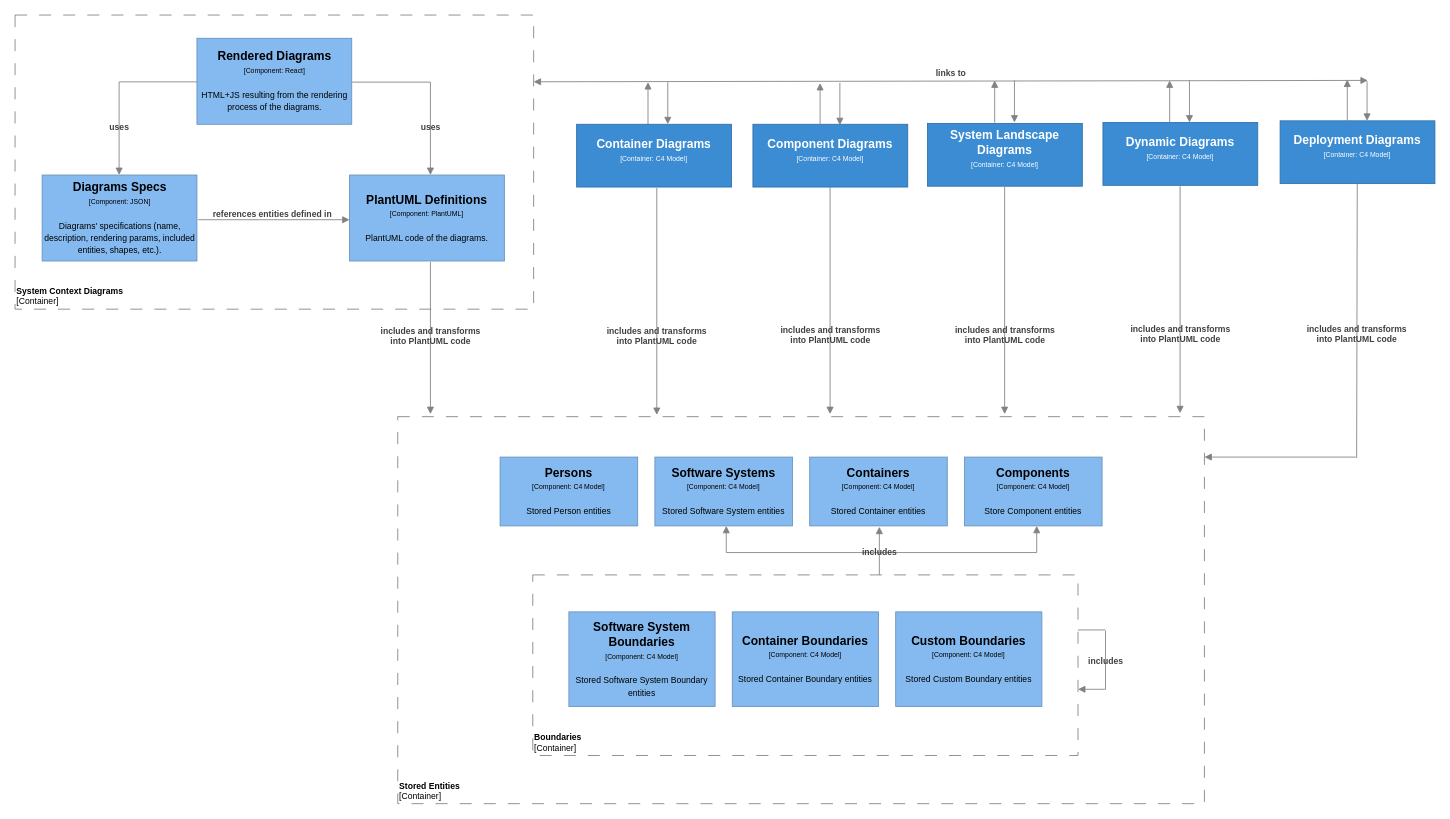
This is page "ER" (2 of 4) of apps/keadex-docs/diagrams/keadex-mina.drawio from keadex/keadex, a draw.io file, before an edit. Source tidied: cells renumbered, new cells numbered last; positions are measured from the earlier drawing's top-left corner, leaving out a move shared by most shapes. Both pictures are drawn from the tidied source at 86%, with x=0, y=0 at pixel (15, 15).
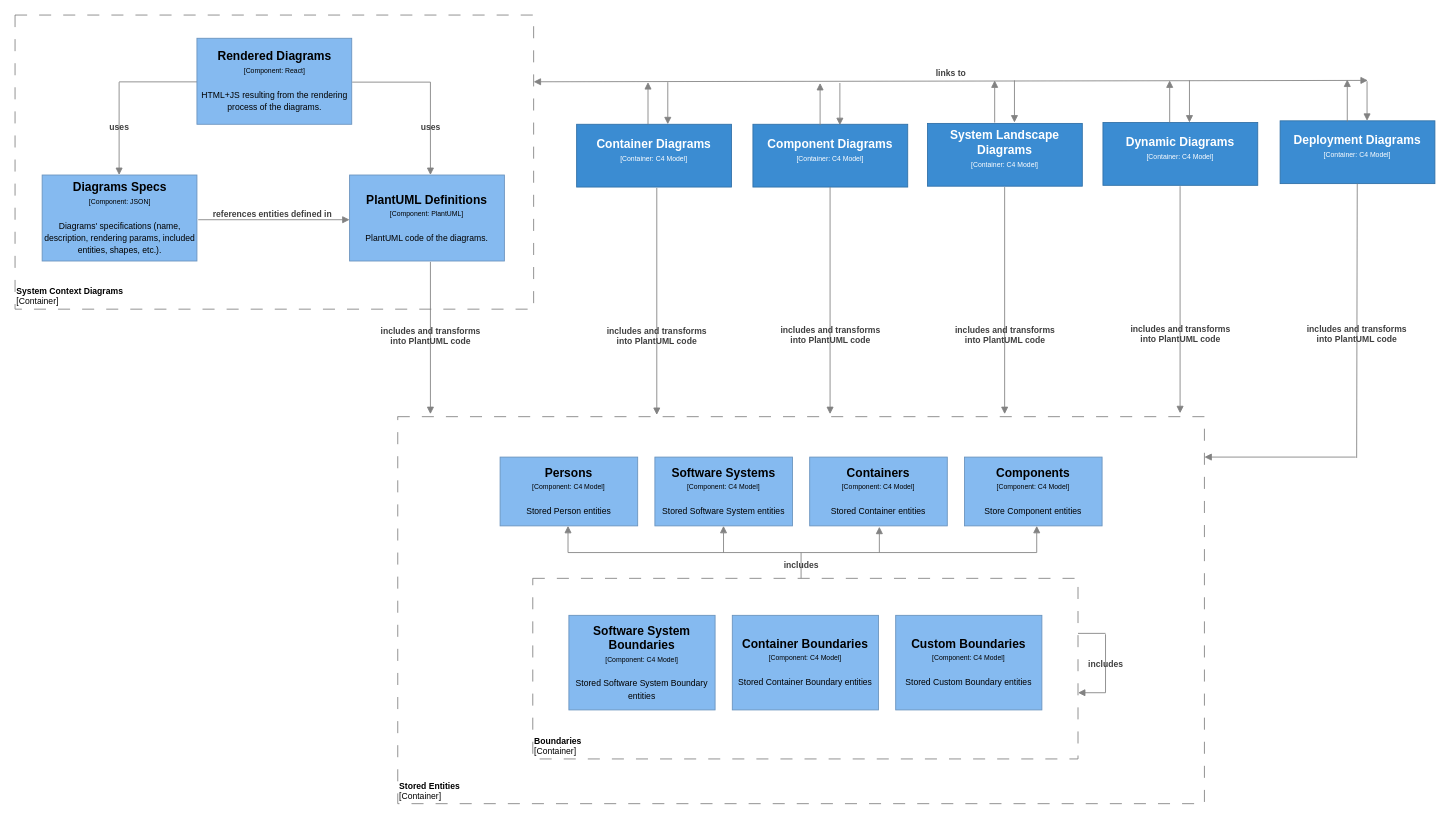
The same page after the edit.

The edit, as a diff of the source:
```diff
@@
     <object id="7" label="&lt;font style=&quot;font-size: 10px&quot;&gt;&lt;b&gt;%name%&lt;/b&gt;&lt;br style=&quot;font-size: 10px&quot;&gt;[Container]&lt;/font&gt;" name="Boundaries" placeholders="1">
       <mxCell style="rounded=0;whiteSpace=wrap;html=1;strokeColor=#828282;fillColor=none;fontColor=#000000;align=left;labelPosition=center;verticalLabelPosition=middle;verticalAlign=bottom;dashed=1;strokeWidth=1;perimeterSpacing=0;spacing=2;spacingTop=0;fontSize=10;dashPattern=14 14;" parent="1" vertex="1">
-        <mxGeometry x="602" y="651" width="634" height="210" as="geometry" />
+        <mxGeometry x="602" y="655" width="634" height="210" as="geometry" />
       </mxCell>
     </object>
     <object id="8" label="&lt;div&gt;&lt;span style=&quot;font-size: 14px&quot;&gt;&lt;b&gt;%name%&lt;/b&gt;&lt;/span&gt;&lt;/div&gt;&lt;div&gt;&lt;span style=&quot;font-size: 8px&quot;&gt;[Component: %technology%]&lt;/span&gt;&lt;/div&gt;&lt;div&gt;&lt;span style=&quot;font-size: 8px&quot;&gt;&lt;br&gt;&lt;/span&gt;&lt;/div&gt;&lt;div&gt;&lt;font size=&quot;1&quot;&gt;%description%&lt;/font&gt;&lt;/div&gt;" description="Stored Software System Boundary entities" name="Software System Boundaries" placeholders="1" technology="C4 Model">
       <mxCell style="rounded=0;whiteSpace=wrap;html=1;fillColor=#85baf0;fontColor=#000000;strokeColor=#6992BD;" parent="1" vertex="1">
-        <mxGeometry x="644" y="694" width="170" height="110" as="geometry" />
+        <mxGeometry x="644" y="698" width="170" height="110" as="geometry" />
       </mxCell>
     </object>
     <object id="9" label="&lt;div&gt;&lt;span style=&quot;font-size: 14px&quot;&gt;&lt;b&gt;%name%&lt;/b&gt;&lt;/span&gt;&lt;/div&gt;&lt;div&gt;&lt;span style=&quot;font-size: 8px&quot;&gt;[Component: %technology%]&lt;/span&gt;&lt;/div&gt;&lt;div&gt;&lt;span style=&quot;font-size: 8px&quot;&gt;&lt;br&gt;&lt;/span&gt;&lt;/div&gt;&lt;div&gt;&lt;font size=&quot;1&quot;&gt;%description%&lt;/font&gt;&lt;/div&gt;" description="Stored Container Boundary entities" name="Container Boundaries" placeholders="1" technology="C4 Model">
       <mxCell style="rounded=0;whiteSpace=wrap;html=1;fillColor=#85baf0;fontColor=#000000;strokeColor=#6992BD;" parent="1" vertex="1">
-        <mxGeometry x="834" y="694" width="170" height="110" as="geometry" />
+        <mxGeometry x="834" y="698" width="170" height="110" as="geometry" />
       </mxCell>
     </object>
     <object id="10" label="&lt;div&gt;&lt;span style=&quot;font-size: 14px&quot;&gt;&lt;b&gt;%name%&lt;/b&gt;&lt;/span&gt;&lt;/div&gt;&lt;div&gt;&lt;span style=&quot;font-size: 8px&quot;&gt;[Component: %technology%]&lt;/span&gt;&lt;/div&gt;&lt;div&gt;&lt;span style=&quot;font-size: 8px&quot;&gt;&lt;br&gt;&lt;/span&gt;&lt;/div&gt;&lt;div&gt;&lt;font size=&quot;1&quot;&gt;%description%&lt;/font&gt;&lt;/div&gt;" description="Stored Custom Boundary entities" name="Custom Boundaries" placeholders="1" technology="C4 Model">
       <mxCell style="rounded=0;whiteSpace=wrap;html=1;fillColor=#85baf0;fontColor=#000000;strokeColor=#6992BD;" parent="1" vertex="1">
-        <mxGeometry x="1024" y="694" width="170" height="110" as="geometry" />
+        <mxGeometry x="1024" y="698" width="170" height="110" as="geometry" />
       </mxCell>
     </object>
     <mxCell id="11" value="&lt;span style=&quot;font-size: 10px&quot;&gt;&lt;br&gt;&lt;/span&gt;" style="endArrow=none;html=1;fontSize=10;fontColor=#404040;strokeWidth=1;endFill=0;strokeColor=#828282;elbow=vertical;labelBackgroundColor=none;" parent="1" edge="1">
       <mxGeometry relative="1" as="geometry">
-        <mxPoint x="1236" y="715" as="sourcePoint" />
-        <mxPoint x="1268" y="715" as="targetPoint" />
+        <mxPoint x="1236" y="719" as="sourcePoint" />
+        <mxPoint x="1268" y="719" as="targetPoint" />
       </mxGeometry>
     </mxCell>
     <mxCell id="12" value="&lt;span style=&quot;font-size: 10px&quot;&gt;&lt;br&gt;&lt;/span&gt;" style="endArrow=block;html=1;fontSize=10;fontColor=#404040;strokeWidth=1;endFill=1;strokeColor=#828282;elbow=vertical;labelBackgroundColor=none;" parent="1" edge="1">
       <mxGeometry x="-0.03" relative="1" as="geometry">
-        <mxPoint x="1268" y="784" as="sourcePoint" />
-        <mxPoint x="1236" y="784" as="targetPoint" />
+        <mxPoint x="1268" y="788" as="sourcePoint" />
+        <mxPoint x="1236" y="788" as="targetPoint" />
       </mxGeometry>
     </mxCell>
     <object id="13" label="&lt;span style=&quot;font-size: 10px&quot;&gt;&lt;b&gt;%name%&lt;/b&gt;&lt;br&gt;&lt;/span&gt;" name="includes" placeholders="1">
       <mxCell style="endArrow=none;html=1;fontSize=10;fontColor=#404040;strokeWidth=1;endFill=0;strokeColor=#828282;elbow=vertical;labelBackgroundColor=none;" parent="1" edge="1">
         <mxGeometry x="-0.03" relative="1" as="geometry">
-          <mxPoint x="1268" y="784" as="sourcePoint" />
-          <mxPoint x="1268" y="716" as="targetPoint" />
+          <mxPoint x="1268" y="788" as="sourcePoint" />
+          <mxPoint x="1268" y="720" as="targetPoint" />
         </mxGeometry>
       </mxCell>
     </object>
     <mxCell id="14" value="&lt;span style=&quot;font-size: 10px&quot;&gt;&lt;br&gt;&lt;/span&gt;" style="endArrow=none;html=1;fontSize=10;fontColor=#404040;strokeWidth=1;endFill=0;strokeColor=#828282;elbow=vertical;labelBackgroundColor=none;" parent="1" edge="1">
       <mxGeometry relative="1" as="geometry">
         <mxPoint x="1188" y="625" as="sourcePoint" />
-        <mxPoint x="827" y="625" as="targetPoint" />
+        <mxPoint x="643" y="625" as="targetPoint" />
       </mxGeometry>
     </mxCell>
     <mxCell id="15" value="&lt;span style=&quot;font-size: 10px&quot;&gt;&lt;br&gt;&lt;/span&gt;" style="endArrow=block;html=1;fontSize=10;fontColor=#404040;strokeWidth=1;endFill=1;strokeColor=#828282;elbow=vertical;labelBackgroundColor=none;" parent="1" edge="1">
       <mxGeometry relative="1" as="geometry">
-        <mxPoint x="827" y="625" as="sourcePoint" />
-        <mxPoint x="827" y="594" as="targetPoint" />
+        <mxPoint x="643" y="625" as="sourcePoint" />
+        <mxPoint x="643" y="594" as="targetPoint" />
       </mxGeometry>
     </mxCell>
-    <object id="16" label="&lt;span style=&quot;font-size: 10px&quot;&gt;&lt;b&gt;%name%&lt;/b&gt;&lt;br&gt;&lt;/span&gt;" name="includes" placeholders="1">
-      <mxCell style="endArrow=block;html=1;fontSize=10;fontColor=#404040;strokeWidth=1;endFill=1;strokeColor=#828282;elbow=vertical;labelBackgroundColor=none;" parent="1" edge="1">
-        <mxGeometry x="-0.03" relative="1" as="geometry">
-          <mxPoint x="1005" y="651" as="sourcePoint" />
-          <mxPoint x="1005" y="595" as="targetPoint" />
-        </mxGeometry>
-      </mxCell>
-    </object>
+    <mxCell id="16" value="&lt;span style=&quot;font-size: 10px&quot;&gt;&lt;br&gt;&lt;/span&gt;" style="endArrow=block;html=1;fontSize=10;fontColor=#404040;strokeWidth=1;endFill=1;strokeColor=#828282;elbow=vertical;labelBackgroundColor=none;" parent="1" edge="1">
+      <mxGeometry x="-0.03" relative="1" as="geometry">
+        <mxPoint x="1005" y="625" as="sourcePoint" />
+        <mxPoint x="1005" y="595" as="targetPoint" />
+      </mxGeometry>
+    </mxCell>
@@
+    <mxCell id="50" value="&lt;span style=&quot;font-size: 10px&quot;&gt;&lt;br&gt;&lt;/span&gt;" style="endArrow=block;html=1;fontSize=10;fontColor=#404040;strokeWidth=1;endFill=1;strokeColor=#828282;elbow=vertical;labelBackgroundColor=none;" parent="1" edge="1">
+      <mxGeometry relative="1" as="geometry">
+        <mxPoint x="823.8" y="625" as="sourcePoint" />
+        <mxPoint x="823.8" y="594" as="targetPoint" />
+      </mxGeometry>
+    </mxCell>
+    <object id="51" label="&lt;span style=&quot;font-size: 10px&quot;&gt;&lt;b&gt;%name%&lt;/b&gt;&lt;br&gt;&lt;/span&gt;" name="includes" placeholders="1">
+      <mxCell style="endArrow=none;html=1;fontSize=10;fontColor=#404040;strokeWidth=1;endFill=0;strokeColor=#828282;elbow=vertical;labelBackgroundColor=none;" parent="1" edge="1">
+        <mxGeometry x="-0.03" relative="1" as="geometry">
+          <mxPoint x="914" y="655" as="sourcePoint" />
+          <mxPoint x="914" y="625" as="targetPoint" />
+        </mxGeometry>
+      </mxCell>
+    </object>
```
